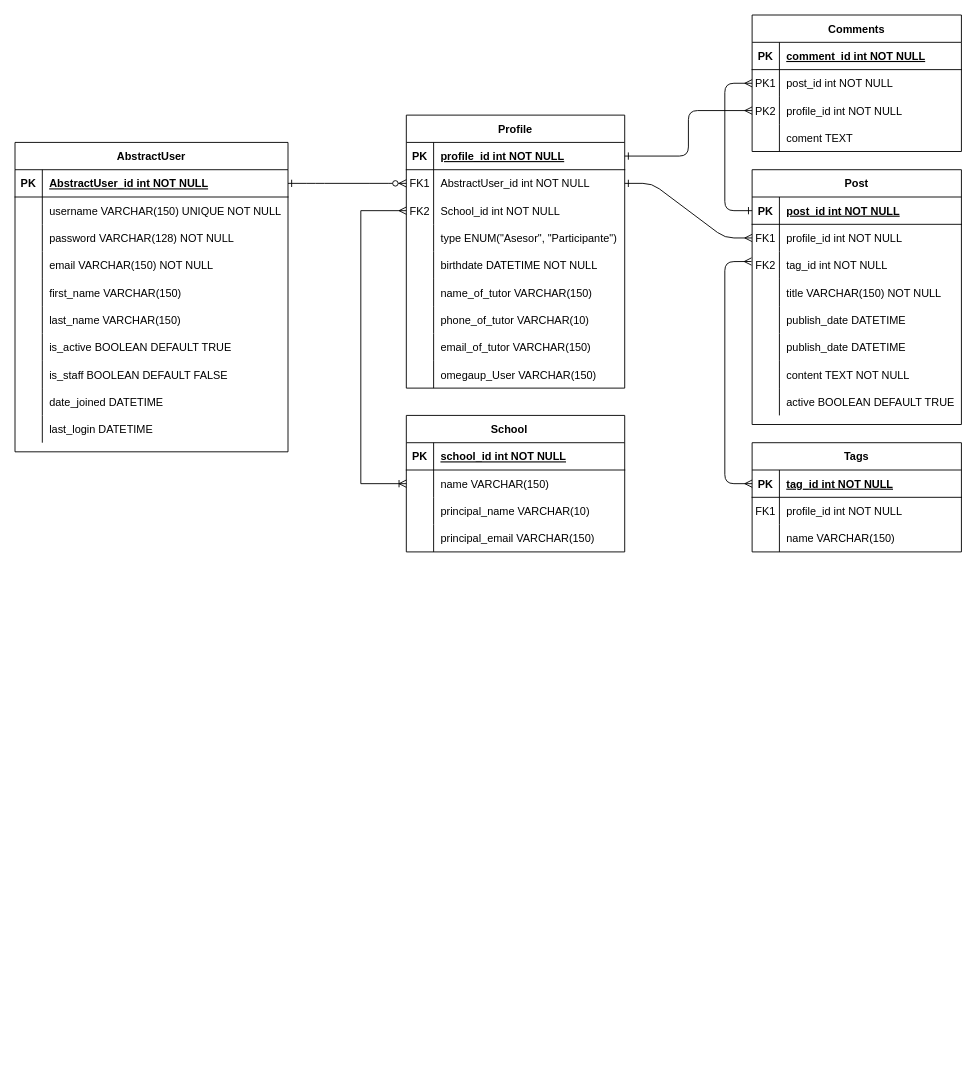
Above: OMICHH_ERM.drawio in LaloRivero/omichh-ERM (draw.io), before the change. Source tidied: cells renumbered, new cells numbered last; positions are measured from the earlier drawing's top-left corner, leaving out a move shared by most shapes. Both pictures are drawn from the tidied source at 91%, with x=0, y=0 at pixel (15, 15).
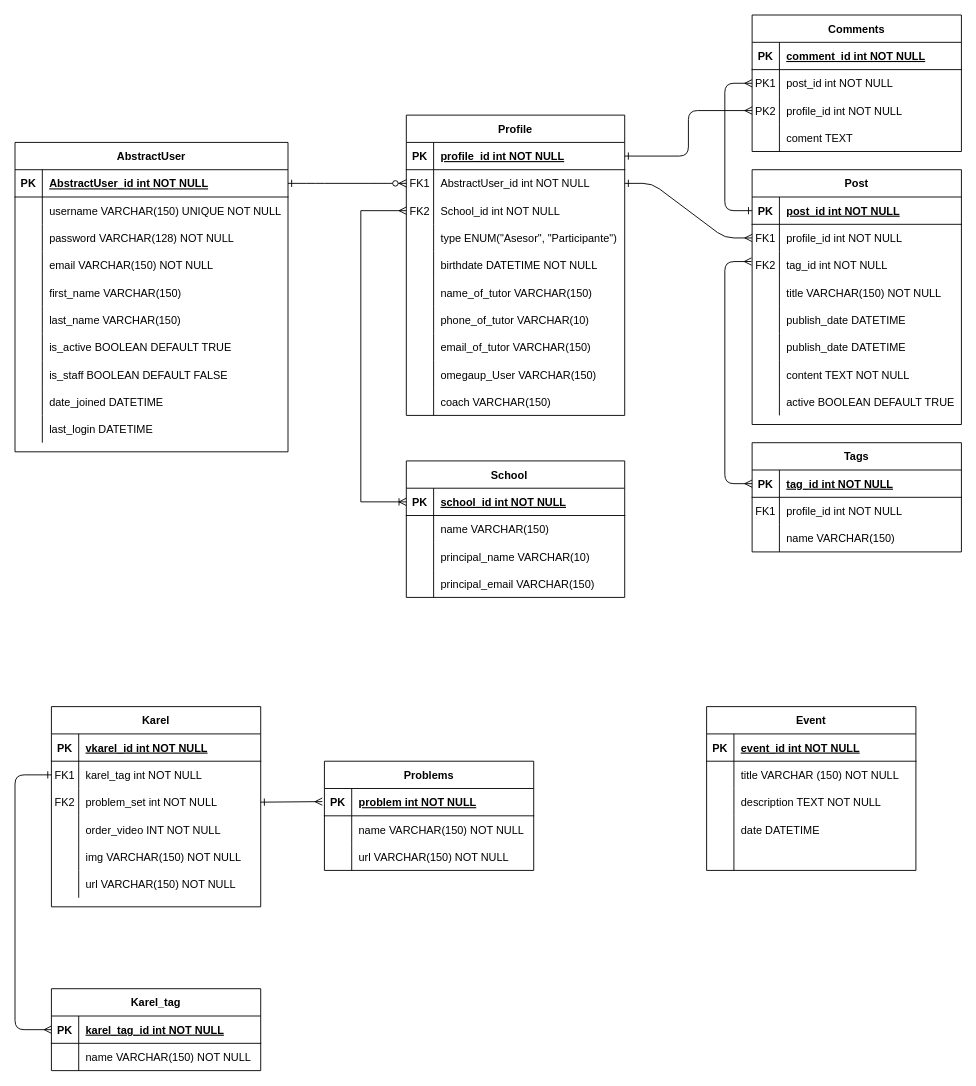
The same page after the edit.

The change refers to these unchanged cells:
```xml
<mxCell id="10" style="shape=partialRectangle;fillColor=none;points=[[0,0.5],[1,0.5]];portConstraint=eastwest;top=0;left=0;right=0;bottom=0;" parent="3" vertex="1">
  <mxGeometry y="90" width="240" height="30" as="geometry" />
</mxCell>
<mxCell id="63" style="shape=partialRectangle;fillColor=none;points=[[0,0.5],[1,0.5]];portConstraint=eastwest;top=0;left=0;right=0;bottom=1;" parent="62" vertex="1">
  <mxGeometry y="30" width="240" height="30" as="geometry" />
</mxCell>
```

Change to the diagram source:
```diff
@@
     <mxCell id="3" value="Profile" style="shape=table;startSize=30;childLayout=tableLayout;rowLines=0;fontStyle=1;align=center;" parent="1" vertex="1">
-      <mxGeometry x="430" y="110" width="240" height="300" as="geometry" />
+      <mxGeometry x="430" y="110" width="240" height="330" as="geometry" />
     </mxCell>
@@
+    <mxCell id="128" style="shape=partialRectangle;fillColor=none;top=0;left=0;right=0;bottom=0;" parent="3" vertex="1">
+      <mxGeometry y="300" width="240" height="30" as="geometry" />
+    </mxCell>
+    <mxCell id="129" style="shape=partialRectangle;overflow=hidden;fillColor=none;top=0;left=0;bottom=0;right=0;" parent="128" vertex="1">
+      <mxGeometry width="30" height="30" as="geometry" />
+    </mxCell>
+    <mxCell id="130" value="coach VARCHAR(150)" style="shape=partialRectangle;overflow=hidden;fillColor=none;top=0;left=0;bottom=0;right=0;align=left;spacingLeft=6;" parent="128" vertex="1">
+      <mxGeometry x="30" width="210" height="30" as="geometry" />
+    </mxCell>
@@
     <mxCell id="62" value="School    " style="shape=table;startSize=30;childLayout=tableLayout;rowLines=0;fontStyle=1;align=center;" parent="1" vertex="1">
-      <mxGeometry x="430" y="440" width="240" height="150" as="geometry" />
+      <mxGeometry x="430" y="490" width="240" height="150" as="geometry" />
     </mxCell>
@@
-    <mxCell id="75" style="edgeStyle=orthogonalEdgeStyle;rounded=0;jettySize=auto;html=1;entryX=0;entryY=0.5;entryDx=0;entryDy=0;startArrow=ERoneToMany;startFill=0;endArrow=ERmany;endFill=0;exitX=0;exitY=0.5;exitDx=0;exitDy=0;" parent="1" edge="1" target="10">
+    <mxCell id="75" style="edgeStyle=orthogonalEdgeStyle;rounded=0;jettySize=auto;html=1;entryX=0;entryY=0.5;entryDx=0;entryDy=0;startArrow=ERoneToMany;startFill=0;endArrow=ERmany;endFill=0;exitX=0;exitY=0.5;exitDx=0;exitDy=0;" parent="1" edge="1" source="63" target="10">
       <mxGeometry relative="1" as="geometry">
-        <mxPoint x="430" y="515" as="sourcePoint" />
         <Array as="points">
-          <mxPoint x="380" y="515" />
+          <mxPoint x="380" y="535" />
           <mxPoint x="380" y="215" />
         </Array>
       </mxGeometry>
     </mxCell>
@@
+    <mxCell id="131" value="Karel" style="shape=table;startSize=30;childLayout=tableLayout;rowLines=0;fontStyle=1;align=center;" parent="1" vertex="1">
+      <mxGeometry x="40" y="760" width="230" height="220" as="geometry" />
+    </mxCell>
+    <mxCell id="132" style="shape=partialRectangle;fillColor=none;top=0;left=0;right=0;bottom=1;" parent="131" vertex="1">
+      <mxGeometry y="30" width="230" height="30" as="geometry" />
+    </mxCell>
+    <mxCell id="133" value="PK" style="shape=partialRectangle;overflow=hidden;fillColor=none;top=0;left=0;bottom=0;right=0;fontStyle=1;" parent="132" vertex="1">
+      <mxGeometry width="30" height="30" as="geometry" />
+    </mxCell>
+    <mxCell id="134" value="vkarel_id int NOT NULL " style="shape=partialRectangle;overflow=hidden;fillColor=none;top=0;left=0;bottom=0;right=0;align=left;spacingLeft=6;fontStyle=5;" parent="132" vertex="1">
+      <mxGeometry x="30" width="200" height="30" as="geometry" />
+    </mxCell>
+    <mxCell id="135" style="shape=partialRectangle;fillColor=none;points=[[0,0.5],[1,0.5]];portConstraint=eastwest;top=0;left=0;right=0;bottom=0;" parent="131" vertex="1">
+      <mxGeometry y="60" width="230" height="30" as="geometry" />
+    </mxCell>
+    <mxCell id="136" value="FK1" style="shape=partialRectangle;overflow=hidden;fillColor=none;top=0;left=0;bottom=0;right=0;" parent="135" vertex="1">
+      <mxGeometry width="30" height="30" as="geometry" />
+    </mxCell>
+    <mxCell id="137" value="karel_tag int NOT NULL" style="shape=partialRectangle;overflow=hidden;fillColor=none;top=0;left=0;bottom=0;right=0;align=left;spacingLeft=6;" parent="135" vertex="1">
+      <mxGeometry x="30" width="200" height="30" as="geometry" />
+    </mxCell>
+    <mxCell id="138" style="shape=partialRectangle;fillColor=none;points=[[0,0.5],[1,0.5]];portConstraint=eastwest;top=0;left=0;right=0;bottom=0;" parent="131" vertex="1">
+      <mxGeometry y="90" width="230" height="30" as="geometry" />
+    </mxCell>
+    <mxCell id="139" value="FK2" style="shape=partialRectangle;overflow=hidden;fillColor=none;top=0;left=0;bottom=0;right=0;" parent="138" vertex="1">
+      <mxGeometry width="30" height="30" as="geometry" />
+    </mxCell>
+    <mxCell id="140" value="problem_set int NOT NULL" style="shape=partialRectangle;overflow=hidden;fillColor=none;top=0;left=0;bottom=0;right=0;align=left;spacingLeft=6;" parent="138" vertex="1">
+      <mxGeometry x="30" width="200" height="30" as="geometry" />
+    </mxCell>
+    <mxCell id="141" style="shape=partialRectangle;fillColor=none;top=0;left=0;right=0;bottom=0;" parent="131" vertex="1">
+      <mxGeometry y="120" width="230" height="30" as="geometry" />
+    </mxCell>
+    <mxCell id="142" style="shape=partialRectangle;overflow=hidden;fillColor=none;top=0;left=0;bottom=0;right=0;" parent="141" vertex="1">
+      <mxGeometry width="30" height="30" as="geometry" />
+    </mxCell>
+    <mxCell id="143" value="order_video INT NOT NULL" style="shape=partialRectangle;overflow=hidden;fillColor=none;top=0;left=0;bottom=0;right=0;align=left;spacingLeft=6;" parent="141" vertex="1">
+      <mxGeometry x="30" width="200" height="30" as="geometry" />
+    </mxCell>
+    <mxCell id="144" style="shape=partialRectangle;fillColor=none;top=0;left=0;right=0;bottom=0;" parent="131" vertex="1">
+      <mxGeometry y="150" width="230" height="30" as="geometry" />
+    </mxCell>
+    <mxCell id="145" style="shape=partialRectangle;overflow=hidden;fillColor=none;top=0;left=0;bottom=0;right=0;" parent="144" vertex="1">
+      <mxGeometry width="30" height="30" as="geometry" />
+    </mxCell>
+    <mxCell id="146" value="img VARCHAR(150) NOT NULL" style="shape=partialRectangle;overflow=hidden;fillColor=none;top=0;left=0;bottom=0;right=0;align=left;spacingLeft=6;" parent="144" vertex="1">
+      <mxGeometry x="30" width="200" height="30" as="geometry" />
+    </mxCell>
+    <mxCell id="147" style="shape=partialRectangle;fillColor=none;top=0;left=0;right=0;bottom=0;" parent="131" vertex="1">
+      <mxGeometry y="180" width="230" height="30" as="geometry" />
+    </mxCell>
+    <mxCell id="148" style="shape=partialRectangle;overflow=hidden;fillColor=none;top=0;left=0;bottom=0;right=0;" parent="147" vertex="1">
+      <mxGeometry width="30" height="30" as="geometry" />
+    </mxCell>
+    <mxCell id="149" value="url VARCHAR(150) NOT NULL" style="shape=partialRectangle;overflow=hidden;fillColor=none;top=0;left=0;bottom=0;right=0;align=left;spacingLeft=6;" parent="147" vertex="1">
+      <mxGeometry x="30" width="200" height="30" as="geometry" />
+    </mxCell>
+    <mxCell id="150" value="Karel_tag" style="shape=table;startSize=30;childLayout=tableLayout;rowLines=0;fontStyle=1;align=center;" parent="1" vertex="1">
+      <mxGeometry x="40" y="1070" width="230" height="90" as="geometry" />
+    </mxCell>
+    <mxCell id="151" style="shape=partialRectangle;fillColor=none;points=[[0,0.5],[1,0.5]];portConstraint=eastwest;top=0;left=0;right=0;bottom=1;" parent="150" vertex="1">
+      <mxGeometry y="30" width="230" height="30" as="geometry" />
+    </mxCell>
+    <mxCell id="152" value="PK" style="shape=partialRectangle;overflow=hidden;fillColor=none;top=0;left=0;bottom=0;right=0;fontStyle=1;" parent="151" vertex="1">
+      <mxGeometry width="30" height="30" as="geometry" />
+    </mxCell>
+    <mxCell id="153" value="karel_tag_id int NOT NULL " style="shape=partialRectangle;overflow=hidden;fillColor=none;top=0;left=0;bottom=0;right=0;align=left;spacingLeft=6;fontStyle=5;" parent="151" vertex="1">
+      <mxGeometry x="30" width="200" height="30" as="geometry" />
+    </mxCell>
+    <mxCell id="154" style="shape=partialRectangle;fillColor=none;top=0;left=0;right=0;bottom=0;" parent="150" vertex="1">
+      <mxGeometry y="60" width="230" height="30" as="geometry" />
+    </mxCell>
+    <mxCell id="155" style="shape=partialRectangle;overflow=hidden;fillColor=none;top=0;left=0;bottom=0;right=0;" parent="154" vertex="1">
+      <mxGeometry width="30" height="30" as="geometry" />
+    </mxCell>
+    <mxCell id="156" value="name VARCHAR(150) NOT NULL" style="shape=partialRectangle;overflow=hidden;fillColor=none;top=0;left=0;bottom=0;right=0;align=left;spacingLeft=6;" parent="154" vertex="1">
+      <mxGeometry x="30" width="200" height="30" as="geometry" />
+    </mxCell>
+    <mxCell id="157" value="Problems" style="shape=table;startSize=30;childLayout=tableLayout;rowLines=0;fontStyle=1;align=center;" parent="1" vertex="1">
+      <mxGeometry x="340" y="820" width="230" height="120" as="geometry" />
+    </mxCell>
+    <mxCell id="158" style="shape=partialRectangle;fillColor=none;points=[[0,0.5],[1,0.5]];portConstraint=eastwest;top=0;left=0;right=0;bottom=1;" parent="157" vertex="1">
+      <mxGeometry y="30" width="230" height="30" as="geometry" />
+    </mxCell>
+    <mxCell id="159" value="PK" style="shape=partialRectangle;overflow=hidden;fillColor=none;top=0;left=0;bottom=0;right=0;fontStyle=1;" parent="158" vertex="1">
+      <mxGeometry width="30" height="30" as="geometry" />
+    </mxCell>
+    <mxCell id="160" value="problem int NOT NULL " style="shape=partialRectangle;overflow=hidden;fillColor=none;top=0;left=0;bottom=0;right=0;align=left;spacingLeft=6;fontStyle=5;" parent="158" vertex="1">
+      <mxGeometry x="30" width="200" height="30" as="geometry" />
+    </mxCell>
+    <mxCell id="161" style="shape=partialRectangle;fillColor=none;top=0;left=0;right=0;bottom=0;" parent="157" vertex="1">
+      <mxGeometry y="60" width="230" height="30" as="geometry" />
+    </mxCell>
+    <mxCell id="162" style="shape=partialRectangle;overflow=hidden;fillColor=none;top=0;left=0;bottom=0;right=0;" parent="161" vertex="1">
+      <mxGeometry width="30" height="30" as="geometry" />
+    </mxCell>
+    <mxCell id="163" value="name VARCHAR(150) NOT NULL" style="shape=partialRectangle;overflow=hidden;fillColor=none;top=0;left=0;bottom=0;right=0;align=left;spacingLeft=6;" parent="161" vertex="1">
+      <mxGeometry x="30" width="200" height="30" as="geometry" />
+    </mxCell>
+    <mxCell id="164" style="shape=partialRectangle;fillColor=none;top=0;left=0;right=0;bottom=0;" parent="157" vertex="1">
+      <mxGeometry y="90" width="230" height="30" as="geometry" />
+    </mxCell>
+    <mxCell id="165" style="shape=partialRectangle;overflow=hidden;fillColor=none;top=0;left=0;bottom=0;right=0;" parent="164" vertex="1">
+      <mxGeometry width="30" height="30" as="geometry" />
+    </mxCell>
+    <mxCell id="166" value="url VARCHAR(150) NOT NULL" style="shape=partialRectangle;overflow=hidden;fillColor=none;top=0;left=0;bottom=0;right=0;align=left;spacingLeft=6;" parent="164" vertex="1">
+      <mxGeometry x="30" width="200" height="30" as="geometry" />
+    </mxCell>
+    <mxCell id="167" style="endArrow=ERmany;html=1;entryX=-0.01;entryY=0.48;entryDx=0;entryDy=0;entryPerimeter=0;exitX=1;exitY=0.5;exitDx=0;exitDy=0;startArrow=ERone;startFill=0;endFill=0;" parent="1" edge="1" source="138" target="158">
+      <mxGeometry relative="1" as="geometry" />
+    </mxCell>
+    <mxCell id="168" style="endArrow=ERone;html=1;entryX=0;entryY=0.5;entryDx=0;entryDy=0;exitX=0;exitY=0.5;exitDx=0;exitDy=0;startArrow=ERmany;startFill=0;endFill=0;" parent="1" edge="1" source="151" target="135">
+      <mxGeometry relative="1" as="geometry">
+        <Array as="points">
+          <mxPoint y="1115" />
+          <mxPoint y="835" />
+        </Array>
+      </mxGeometry>
+    </mxCell>
+    <mxCell id="169" value="Event" style="shape=table;startSize=30;childLayout=tableLayout;rowLines=0;fontStyle=1;align=center;" parent="1" vertex="1">
+      <mxGeometry x="760" y="760" width="230" height="180" as="geometry" />
+    </mxCell>
+    <mxCell id="170" style="shape=partialRectangle;fillColor=none;top=0;left=0;right=0;bottom=1;" parent="169" vertex="1">
+      <mxGeometry y="30" width="230" height="30" as="geometry" />
+    </mxCell>
+    <mxCell id="171" value="PK" style="shape=partialRectangle;overflow=hidden;fillColor=none;top=0;left=0;bottom=0;right=0;fontStyle=1;" parent="170" vertex="1">
+      <mxGeometry width="30" height="30" as="geometry" />
+    </mxCell>
+    <mxCell id="172" value="event_id int NOT NULL " style="shape=partialRectangle;overflow=hidden;fillColor=none;top=0;left=0;bottom=0;right=0;align=left;spacingLeft=6;fontStyle=5;" parent="170" vertex="1">
+      <mxGeometry x="30" width="200" height="30" as="geometry" />
+    </mxCell>
+    <mxCell id="173" style="shape=partialRectangle;fillColor=none;top=0;left=0;right=0;bottom=0;" parent="169" vertex="1">
+      <mxGeometry y="60" width="230" height="30" as="geometry" />
+    </mxCell>
+    <mxCell id="174" style="shape=partialRectangle;overflow=hidden;fillColor=none;top=0;left=0;bottom=0;right=0;" parent="173" vertex="1">
+      <mxGeometry width="30" height="30" as="geometry" />
+    </mxCell>
+    <mxCell id="175" value="title VARCHAR (150) NOT NULL" style="shape=partialRectangle;overflow=hidden;fillColor=none;top=0;left=0;bottom=0;right=0;align=left;spacingLeft=6;" parent="173" vertex="1">
+      <mxGeometry x="30" width="200" height="30" as="geometry" />
+    </mxCell>
+    <mxCell id="176" style="shape=partialRectangle;fillColor=none;top=0;left=0;right=0;bottom=0;" parent="169" vertex="1">
+      <mxGeometry y="90" width="230" height="30" as="geometry" />
+    </mxCell>
+    <mxCell id="177" style="shape=partialRectangle;overflow=hidden;fillColor=none;top=0;left=0;bottom=0;right=0;" parent="176" vertex="1">
+      <mxGeometry width="30" height="30" as="geometry" />
+    </mxCell>
+    <mxCell id="178" value="description TEXT NOT NULL" style="shape=partialRectangle;overflow=hidden;fillColor=none;top=0;left=0;bottom=0;right=0;align=left;spacingLeft=6;" parent="176" vertex="1">
+      <mxGeometry x="30" width="200" height="30" as="geometry" />
+    </mxCell>
+    <mxCell id="179" style="shape=partialRectangle;fillColor=none;top=0;left=0;right=0;bottom=0;" parent="169" vertex="1">
+      <mxGeometry y="120" width="230" height="30" as="geometry" />
+    </mxCell>
+    <mxCell id="180" style="shape=partialRectangle;overflow=hidden;fillColor=none;top=0;left=0;bottom=0;right=0;" parent="179" vertex="1">
+      <mxGeometry width="30" height="30" as="geometry" />
+    </mxCell>
+    <mxCell id="181" value="date DATETIME" style="shape=partialRectangle;overflow=hidden;fillColor=none;top=0;left=0;bottom=0;right=0;align=left;spacingLeft=6;" parent="179" vertex="1">
+      <mxGeometry x="30" width="200" height="30" as="geometry" />
+    </mxCell>
+    <mxCell id="182" style="shape=partialRectangle;fillColor=none;top=0;left=0;right=0;bottom=0;" parent="169" vertex="1">
+      <mxGeometry y="150" width="230" height="30" as="geometry" />
+    </mxCell>
+    <mxCell id="183" style="shape=partialRectangle;overflow=hidden;fillColor=none;top=0;left=0;bottom=0;right=0;" parent="182" vertex="1">
+      <mxGeometry width="30" height="30" as="geometry" />
+    </mxCell>
+    <mxCell id="184" style="shape=partialRectangle;overflow=hidden;fillColor=none;top=0;left=0;bottom=0;right=0;align=left;spacingLeft=6;" parent="182" vertex="1">
+      <mxGeometry x="30" width="200" height="30" as="geometry" />
+    </mxCell>
```
